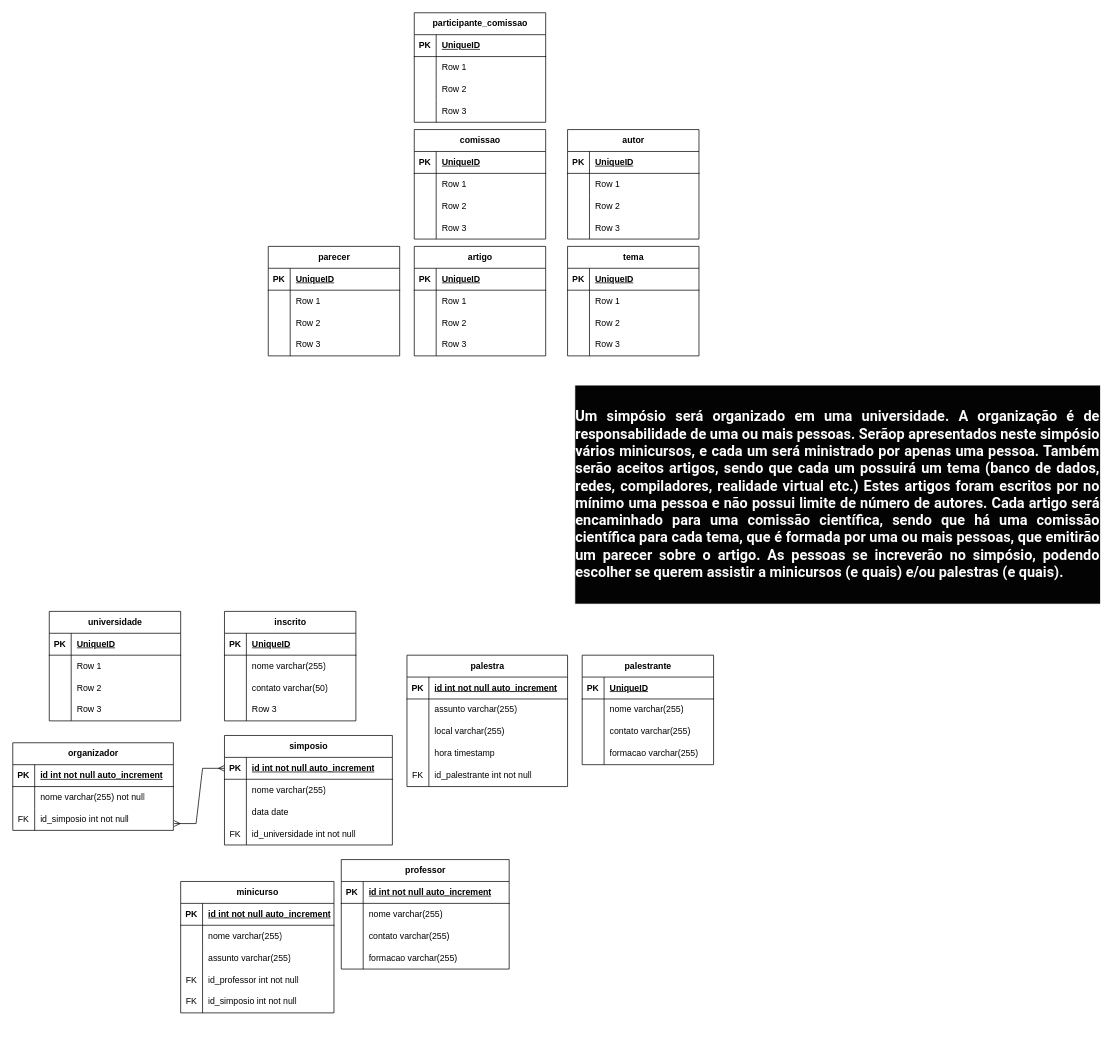
Before: Diagramas/Atividades/simposio.drawio in samueldelorenzi/BancoDeDadosI, a draw.io diagram. Source tidied: cells renumbered, new cells numbered last; positions are measured from the earlier drawing's top-left corner, leaving out a move shared by most shapes. Both pictures are drawn from the tidied source at 73%, with x=0, y=0 at pixel (12, 12).
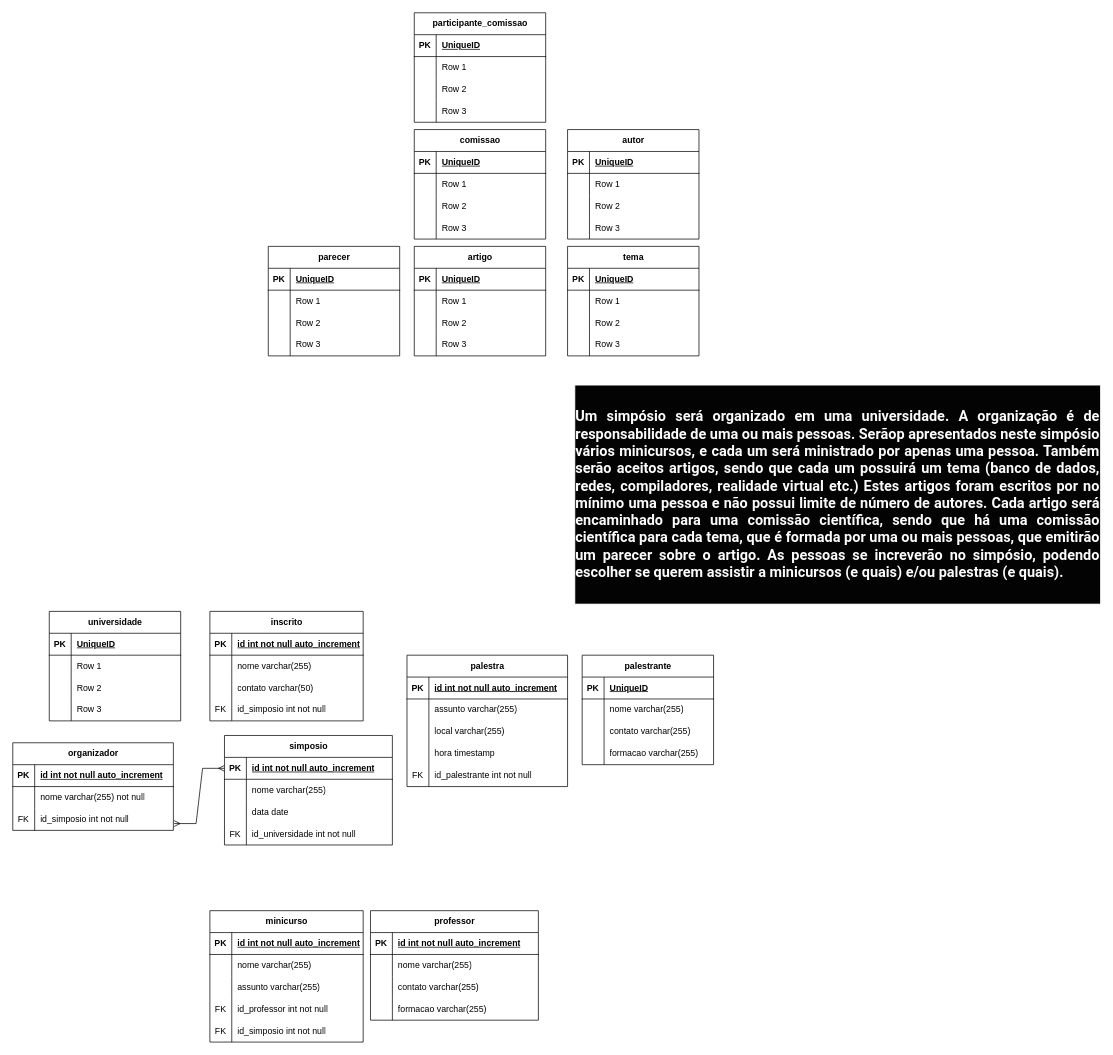
The same diagram, later.

Diff of the diagram source:
```diff
@@
     <mxCell id="57" value="minicurso" style="shape=table;startSize=30;childLayout=tableLayout;rowLines=0;fontStyle=1;align=center;html=1;" parent="1" vertex="1">
-      <mxGeometry x="230" y="1190" width="210" height="180" as="geometry" />
+      <mxGeometry x="270" y="1230" width="210" height="180" as="geometry" />
     </mxCell>
@@
     <mxCell id="122" value="professor" style="shape=table;startSize=30;childLayout=tableLayout;rowLines=0;fontStyle=1;align=center;html=1;" parent="1" vertex="1">
-      <mxGeometry x="450" y="1160" width="230" height="150" as="geometry" />
+      <mxGeometry x="490" y="1230" width="230" height="150" as="geometry" />
     </mxCell>
@@
     <mxCell id="161" value="inscrito" style="shape=table;startSize=30;childLayout=tableLayout;rowLines=0;fontStyle=1;align=center;html=1;" parent="1" vertex="1">
-      <mxGeometry x="290" y="820" width="180" height="150" as="geometry" />
+      <mxGeometry x="270" y="820" width="210" height="150" as="geometry" />
     </mxCell>
     <mxCell id="162" style="shape=tableRow;horizontal=0;startSize=0;swimlaneHead=0;swimlaneBody=0;fillColor=none;top=0;left=0;right=0;bottom=1;" parent="161" vertex="1">
-      <mxGeometry y="30" width="180" height="30" as="geometry" />
+      <mxGeometry y="30" width="210" height="30" as="geometry" />
     </mxCell>
@@
-    <mxCell id="164" value="UniqueID" style="shape=partialRectangle;fillColor=none;top=0;left=0;bottom=0;right=0;align=left;spacingLeft=6;fontStyle=5;overflow=hidden;whiteSpace=wrap;html=1;" parent="162" vertex="1">
-      <mxGeometry x="30" width="150" height="30" as="geometry" />
+    <mxCell id="164" value="id int not null auto_increment" style="shape=partialRectangle;fillColor=none;top=0;left=0;bottom=0;right=0;align=left;spacingLeft=6;fontStyle=5;overflow=hidden;whiteSpace=wrap;html=1;" parent="162" vertex="1">
+      <mxGeometry x="30" width="180" height="30" as="geometry" />
     </mxCell>
     <mxCell id="165" style="shape=tableRow;horizontal=0;startSize=0;swimlaneHead=0;swimlaneBody=0;fillColor=none;top=0;left=0;right=0;bottom=0;" parent="161" vertex="1">
-      <mxGeometry y="60" width="180" height="30" as="geometry" />
+      <mxGeometry y="60" width="210" height="30" as="geometry" />
     </mxCell>
@@
     <mxCell id="167" value="nome varchar(255)" style="shape=partialRectangle;fillColor=none;top=0;left=0;bottom=0;right=0;align=left;spacingLeft=6;overflow=hidden;whiteSpace=wrap;html=1;" parent="165" vertex="1">
-      <mxGeometry x="30" width="150" height="30" as="geometry" />
+      <mxGeometry x="30" width="180" height="30" as="geometry" />
     </mxCell>
     <mxCell id="168" style="shape=tableRow;horizontal=0;startSize=0;swimlaneHead=0;swimlaneBody=0;fillColor=none;top=0;left=0;right=0;bottom=0;" parent="161" vertex="1">
-      <mxGeometry y="90" width="180" height="30" as="geometry" />
+      <mxGeometry y="90" width="210" height="30" as="geometry" />
     </mxCell>
@@
     <mxCell id="170" value="contato varchar(50)" style="shape=partialRectangle;fillColor=none;top=0;left=0;bottom=0;right=0;align=left;spacingLeft=6;overflow=hidden;whiteSpace=wrap;html=1;" parent="168" vertex="1">
-      <mxGeometry x="30" width="150" height="30" as="geometry" />
+      <mxGeometry x="30" width="180" height="30" as="geometry" />
     </mxCell>
     <mxCell id="171" style="shape=tableRow;horizontal=0;startSize=0;swimlaneHead=0;swimlaneBody=0;fillColor=none;top=0;left=0;right=0;bottom=0;" parent="161" vertex="1">
-      <mxGeometry y="120" width="180" height="30" as="geometry" />
+      <mxGeometry y="120" width="210" height="30" as="geometry" />
     </mxCell>
-    <mxCell id="172" style="shape=partialRectangle;fillColor=none;top=0;left=0;bottom=0;right=0;overflow=hidden;whiteSpace=wrap;html=1;" parent="171" vertex="1">
+    <mxCell id="172" value="FK" style="shape=partialRectangle;fillColor=none;top=0;left=0;bottom=0;right=0;overflow=hidden;whiteSpace=wrap;html=1;" parent="171" vertex="1">
       <mxGeometry width="30" height="30" as="geometry" />
     </mxCell>
-    <mxCell id="173" value="Row 3" style="shape=partialRectangle;fillColor=none;top=0;left=0;bottom=0;right=0;align=left;spacingLeft=6;overflow=hidden;whiteSpace=wrap;html=1;" parent="171" vertex="1">
-      <mxGeometry x="30" width="150" height="30" as="geometry" />
+    <mxCell id="173" value="id_simposio int not null" style="shape=partialRectangle;fillColor=none;top=0;left=0;bottom=0;right=0;align=left;spacingLeft=6;overflow=hidden;whiteSpace=wrap;html=1;" parent="171" vertex="1">
+      <mxGeometry x="30" width="180" height="30" as="geometry" />
     </mxCell>
```
